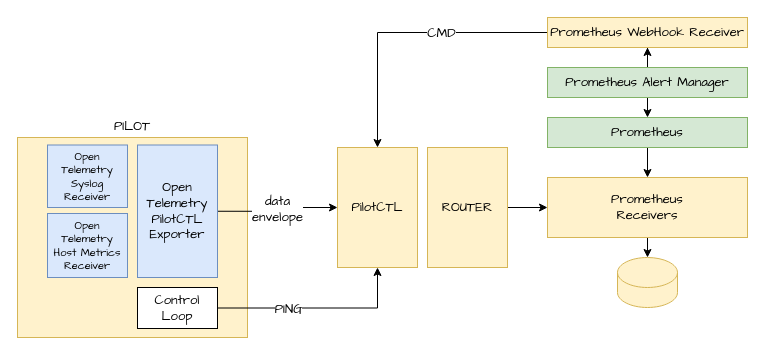
Earlier version of the draw.io diagram telemetry/docs/ot.drawio (gatblau/onix). Source tidied: cells renumbered, new cells numbered last; positions are measured from the earlier drawing's top-left corner, leaving out a move shared by most shapes. Both pictures are drawn from the tidied source at 100%, with x=0, y=0 at pixel (17, 17).
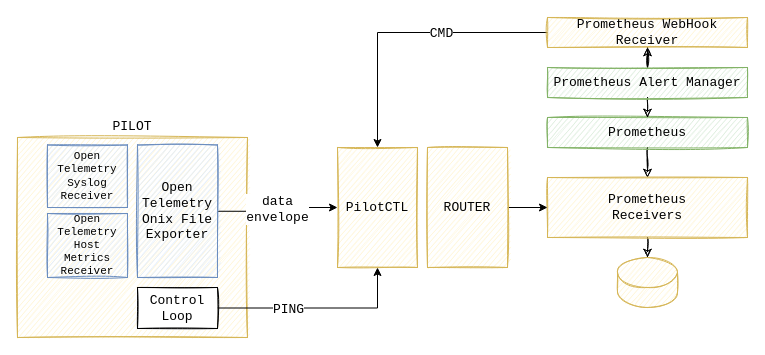
After the change.

What changed in the source:
```diff
@@
-    <mxCell id="2" value="PILOT" style="rounded=0;whiteSpace=wrap;html=1;fontFamily=Comic Sans MS;fontSize=13;labelPosition=center;verticalLabelPosition=top;align=center;verticalAlign=bottom;fillColor=#fff2cc;strokeColor=#d6b656;" parent="1" vertex="1">
+    <mxCell id="2" value="PILOT" style="rounded=0;whiteSpace=wrap;html=1;fontFamily=Courier New;fontSize=13;labelPosition=center;verticalLabelPosition=top;align=center;verticalAlign=bottom;fillColor=#fff2cc;strokeColor=#d6b656;sketch=1;" parent="1" vertex="1">
       <mxGeometry y="120" width="230" height="200" as="geometry" />
     </mxCell>
-    <mxCell id="3" value="PilotCTL" style="rounded=0;whiteSpace=wrap;html=1;fontFamily=Comic Sans MS;fontSize=13;fillColor=#fff2cc;strokeColor=#d6b656;" parent="1" vertex="1">
+    <mxCell id="3" value="PilotCTL" style="rounded=0;whiteSpace=wrap;html=1;fontFamily=Courier New;fontSize=13;fillColor=#fff2cc;strokeColor=#d6b656;sketch=1;" parent="1" vertex="1">
       <mxGeometry x="320" y="130" width="80" height="120" as="geometry" />
     </mxCell>
-    <mxCell id="4" value="Open&lt;br style=&quot;font-size: 11px;&quot;&gt;Telemetry&lt;br style=&quot;font-size: 11px;&quot;&gt;Syslog&lt;br style=&quot;font-size: 11px;&quot;&gt;Receiver" style="rounded=0;whiteSpace=wrap;html=1;fontFamily=Comic Sans MS;fontSize=11;fillColor=#dae8fc;strokeColor=#6c8ebf;" parent="1" vertex="1">
+    <mxCell id="4" value="Open&lt;br style=&quot;font-size: 11px;&quot;&gt;Telemetry&lt;br style=&quot;font-size: 11px;&quot;&gt;Syslog&lt;br style=&quot;font-size: 11px;&quot;&gt;Receiver" style="rounded=0;whiteSpace=wrap;html=1;fontFamily=Courier New;fontSize=11;fillColor=#dae8fc;strokeColor=#6c8ebf;sketch=1;" parent="1" vertex="1">
       <mxGeometry x="30" y="127.5" width="80" height="62.5" as="geometry" />
     </mxCell>
-    <mxCell id="5" style="edgeStyle=orthogonalEdgeStyle;rounded=0;jettySize=auto;html=1;exitX=1;exitY=0.5;exitDx=0;exitDy=0;entryX=0;entryY=0.5;entryDx=0;entryDy=0;fontFamily=Comic Sans MS;fontSize=13;" parent="1" edge="1" source="7" target="3">
+    <mxCell id="5" style="edgeStyle=orthogonalEdgeStyle;rounded=0;jettySize=auto;html=1;exitX=1;exitY=0.5;exitDx=0;exitDy=0;entryX=0;entryY=0.5;entryDx=0;entryDy=0;fontFamily=Courier New;fontSize=13;" parent="1" edge="1" source="7" target="3">
       <mxGeometry relative="1" as="geometry" />
     </mxCell>
-    <mxCell id="6" value="data&lt;br&gt;envelope" style="edgeLabel;html=1;align=center;verticalAlign=middle;fontFamily=Comic Sans MS;fontSize=13;" parent="5" vertex="1">
+    <mxCell id="6" value="data&lt;br&gt;envelope" style="edgeLabel;html=1;align=center;verticalAlign=middle;fontFamily=Courier New;fontSize=13;" parent="5" vertex="1">
       <mxGeometry y="1" relative="1" as="geometry" />
     </mxCell>
-    <mxCell id="7" value="Open&lt;br&gt;Telemetry&lt;br&gt;PilotCTL&lt;br style=&quot;font-size: 13px;&quot;&gt;Exporter" style="rounded=0;whiteSpace=wrap;html=1;fontFamily=Comic Sans MS;fontSize=13;fillColor=#dae8fc;strokeColor=#6c8ebf;" parent="1" vertex="1">
+    <mxCell id="7" value="Open&lt;br&gt;Telemetry&lt;br&gt;Onix File&lt;br style=&quot;font-size: 13px&quot;&gt;Exporter" style="rounded=0;whiteSpace=wrap;html=1;fontFamily=Courier New;fontSize=13;fillColor=#dae8fc;strokeColor=#6c8ebf;sketch=1;" parent="1" vertex="1">
       <mxGeometry x="120" y="127.5" width="80" height="132.5" as="geometry" />
     </mxCell>
-    <mxCell id="8" style="edgeStyle=orthogonalEdgeStyle;rounded=0;jettySize=auto;html=1;exitX=0.5;exitY=1;exitDx=0;exitDy=0;fontFamily=Comic Sans MS;fontSize=13;" parent="1" edge="1" source="9" target="11">
+    <mxCell id="8" style="edgeStyle=orthogonalEdgeStyle;rounded=0;jettySize=auto;html=1;exitX=0.5;exitY=1;exitDx=0;exitDy=0;fontFamily=Courier New;fontSize=13;sketch=1;" parent="1" edge="1" source="9" target="11">
       <mxGeometry relative="1" as="geometry" />
     </mxCell>
-    <mxCell id="9" value="Prometheus" style="rounded=0;whiteSpace=wrap;html=1;fontFamily=Comic Sans MS;fontSize=13;fillColor=#d5e8d4;strokeColor=#82b366;" parent="1" vertex="1">
+    <mxCell id="9" value="Prometheus" style="rounded=0;whiteSpace=wrap;html=1;fontFamily=Courier New;fontSize=13;fillColor=#d5e8d4;strokeColor=#82b366;sketch=1;" parent="1" vertex="1">
       <mxGeometry x="530" y="100" width="200" height="30" as="geometry" />
     </mxCell>
-    <mxCell id="10" style="edgeStyle=orthogonalEdgeStyle;rounded=0;jettySize=auto;html=1;exitX=0.5;exitY=1;exitDx=0;exitDy=0;entryX=0.5;entryY=0;entryDx=0;entryDy=0;entryPerimeter=0;fontFamily=Comic Sans MS;fontSize=13;" parent="1" edge="1" source="11" target="18">
+    <mxCell id="10" style="edgeStyle=orthogonalEdgeStyle;rounded=0;jettySize=auto;html=1;exitX=0.5;exitY=1;exitDx=0;exitDy=0;entryX=0.5;entryY=0;entryDx=0;entryDy=0;entryPerimeter=0;fontFamily=Courier New;fontSize=13;sketch=1;" parent="1" edge="1" source="11" target="18">
       <mxGeometry relative="1" as="geometry" />
     </mxCell>
-    <mxCell id="11" value="Prometheus&lt;br style=&quot;font-size: 13px;&quot;&gt;Receivers" style="rounded=0;whiteSpace=wrap;html=1;fontFamily=Comic Sans MS;fontSize=13;fillColor=#fff2cc;strokeColor=#d6b656;" parent="1" vertex="1">
+    <mxCell id="11" value="Prometheus&lt;br style=&quot;font-size: 13px;&quot;&gt;Receivers" style="rounded=0;whiteSpace=wrap;html=1;fontFamily=Courier New;fontSize=13;fillColor=#fff2cc;strokeColor=#d6b656;sketch=1;" parent="1" vertex="1">
       <mxGeometry x="530" y="160" width="200" height="60" as="geometry" />
     </mxCell>
-    <mxCell id="12" value="Open Telemetry&lt;br&gt;Host Metrics&lt;br style=&quot;font-size: 11px;&quot;&gt;Receiver" style="rounded=0;whiteSpace=wrap;html=1;fontFamily=Comic Sans MS;fontSize=11;fillColor=#dae8fc;strokeColor=#6c8ebf;" parent="1" vertex="1">
+    <mxCell id="12" value="Open Telemetry&lt;br&gt;Host Metrics&lt;br style=&quot;font-size: 11px;&quot;&gt;Receiver" style="rounded=0;whiteSpace=wrap;html=1;fontFamily=Courier New;fontSize=11;fillColor=#dae8fc;strokeColor=#6c8ebf;sketch=1;" parent="1" vertex="1">
       <mxGeometry x="30" y="196" width="80" height="64" as="geometry" />
     </mxCell>
-    <mxCell id="13" style="edgeStyle=orthogonalEdgeStyle;rounded=0;jettySize=auto;html=1;exitX=1;exitY=0.5;exitDx=0;exitDy=0;entryX=0;entryY=0.5;entryDx=0;entryDy=0;fontFamily=Comic Sans MS;fontSize=13;" parent="1" edge="1" source="14" target="11">
+    <mxCell id="13" style="edgeStyle=orthogonalEdgeStyle;rounded=0;jettySize=auto;html=1;exitX=1;exitY=0.5;exitDx=0;exitDy=0;entryX=0;entryY=0.5;entryDx=0;entryDy=0;fontFamily=Courier New;fontSize=13;" parent="1" edge="1" source="14" target="11">
       <mxGeometry relative="1" as="geometry" />
     </mxCell>
-    <mxCell id="14" value="ROUTER" style="rounded=0;whiteSpace=wrap;html=1;fontFamily=Comic Sans MS;fontSize=13;fillColor=#fff2cc;strokeColor=#d6b656;" parent="1" vertex="1">
+    <mxCell id="14" value="ROUTER" style="rounded=0;whiteSpace=wrap;html=1;fontFamily=Courier New;fontSize=13;fillColor=#fff2cc;strokeColor=#d6b656;sketch=1;" parent="1" vertex="1">
       <mxGeometry x="410" y="130" width="80" height="120" as="geometry" />
     </mxCell>
-    <mxCell id="15" style="edgeStyle=orthogonalEdgeStyle;rounded=0;jettySize=auto;html=1;exitX=1;exitY=0.5;exitDx=0;exitDy=0;entryX=0.5;entryY=1;entryDx=0;entryDy=0;fontFamily=Comic Sans MS;fontSize=13;" parent="1" edge="1" source="17" target="3">
+    <mxCell id="15" style="edgeStyle=orthogonalEdgeStyle;rounded=0;jettySize=auto;html=1;exitX=1;exitY=0.5;exitDx=0;exitDy=0;entryX=0.5;entryY=1;entryDx=0;entryDy=0;fontFamily=Courier New;fontSize=13;" parent="1" edge="1" source="17" target="3">
       <mxGeometry relative="1" as="geometry" />
     </mxCell>
-    <mxCell id="16" value="PING" style="edgeLabel;html=1;align=center;verticalAlign=middle;fontFamily=Comic Sans MS;fontSize=13;" parent="15" vertex="1">
+    <mxCell id="16" value="PING" style="edgeLabel;html=1;align=center;verticalAlign=middle;fontFamily=Courier New;fontSize=13;" parent="15" vertex="1">
       <mxGeometry x="-0.3" y="-1" relative="1" as="geometry" />
     </mxCell>
-    <mxCell id="17" value="Control Loop" style="rounded=0;whiteSpace=wrap;html=1;fontFamily=Comic Sans MS;fontSize=13;" parent="1" vertex="1">
+    <mxCell id="17" value="Control Loop" style="rounded=0;whiteSpace=wrap;html=1;fontFamily=Courier New;fontSize=13;sketch=1;" parent="1" vertex="1">
       <mxGeometry x="120" y="270" width="80" height="41" as="geometry" />
     </mxCell>
-    <mxCell id="18" style="shape=cylinder3;whiteSpace=wrap;html=1;boundedLbl=1;backgroundOutline=1;size=15;fontFamily=Comic Sans MS;fontSize=13;fillColor=#fff2cc;strokeColor=#d6b656;" parent="1" vertex="1">
+    <mxCell id="18" style="shape=cylinder3;whiteSpace=wrap;html=1;boundedLbl=1;backgroundOutline=1;size=15;fontFamily=Courier New;fontSize=13;fillColor=#fff2cc;strokeColor=#d6b656;sketch=1;" parent="1" vertex="1">
       <mxGeometry x="600" y="240" width="60" height="50" as="geometry" />
     </mxCell>
-    <mxCell id="19" style="edgeStyle=orthogonalEdgeStyle;rounded=0;jettySize=auto;html=1;exitX=0.5;exitY=1;exitDx=0;exitDy=0;entryX=0.5;entryY=0;entryDx=0;entryDy=0;fontFamily=Comic Sans MS;fontSize=13;" parent="1" edge="1" source="21" target="9">
+    <mxCell id="19" style="edgeStyle=orthogonalEdgeStyle;rounded=0;jettySize=auto;html=1;exitX=0.5;exitY=1;exitDx=0;exitDy=0;entryX=0.5;entryY=0;entryDx=0;entryDy=0;fontFamily=Courier New;fontSize=13;sketch=1;" parent="1" edge="1" source="21" target="9">
       <mxGeometry relative="1" as="geometry" />
     </mxCell>
-    <mxCell id="20" style="edgeStyle=orthogonalEdgeStyle;rounded=0;jettySize=auto;html=1;exitX=0.5;exitY=0;exitDx=0;exitDy=0;fontFamily=Comic Sans MS;fontSize=13;" parent="1" edge="1" source="21" target="24">
+    <mxCell id="20" style="edgeStyle=orthogonalEdgeStyle;rounded=0;jettySize=auto;html=1;exitX=0.5;exitY=0;exitDx=0;exitDy=0;fontFamily=Courier New;fontSize=13;sketch=1;" parent="1" edge="1" source="21" target="24">
       <mxGeometry relative="1" as="geometry" />
     </mxCell>
-    <mxCell id="21" value="Prometheus Alert Manager" style="rounded=0;whiteSpace=wrap;html=1;fontFamily=Comic Sans MS;fontSize=13;fillColor=#d5e8d4;strokeColor=#82b366;" parent="1" vertex="1">
+    <mxCell id="21" value="Prometheus Alert Manager" style="rounded=0;whiteSpace=wrap;html=1;fontFamily=Courier New;fontSize=13;fillColor=#d5e8d4;strokeColor=#82b366;sketch=1;" parent="1" vertex="1">
       <mxGeometry x="530" y="50" width="200" height="30" as="geometry" />
     </mxCell>
-    <mxCell id="22" style="edgeStyle=orthogonalEdgeStyle;rounded=0;jettySize=auto;html=1;exitX=0;exitY=0.5;exitDx=0;exitDy=0;entryX=0.5;entryY=0;entryDx=0;entryDy=0;fontFamily=Comic Sans MS;fontSize=13;" parent="1" edge="1" source="24" target="3">
+    <mxCell id="22" style="edgeStyle=orthogonalEdgeStyle;rounded=0;jettySize=auto;html=1;exitX=0;exitY=0.5;exitDx=0;exitDy=0;entryX=0.5;entryY=0;entryDx=0;entryDy=0;fontFamily=Courier New;fontSize=13;" parent="1" edge="1" source="24" target="3">
       <mxGeometry relative="1" as="geometry" />
     </mxCell>
-    <mxCell id="23" value="CMD" style="edgeLabel;html=1;align=center;verticalAlign=middle;fontFamily=Comic Sans MS;fontSize=13;" parent="22" vertex="1">
+    <mxCell id="23" value="CMD" style="edgeLabel;html=1;align=center;verticalAlign=middle;fontFamily=Courier New;fontSize=13;" parent="22" vertex="1">
       <mxGeometry x="-0.25" relative="1" as="geometry" />
     </mxCell>
-    <mxCell id="24" value="Prometheus WebHook Receiver" style="rounded=0;whiteSpace=wrap;html=1;fontFamily=Comic Sans MS;fontSize=13;fillColor=#fff2cc;strokeColor=#d6b656;" parent="1" vertex="1">
+    <mxCell id="24" value="Prometheus WebHook Receiver" style="rounded=0;whiteSpace=wrap;html=1;fontFamily=Courier New;fontSize=13;fillColor=#fff2cc;strokeColor=#d6b656;sketch=1;" parent="1" vertex="1">
       <mxGeometry x="530" width="200" height="30" as="geometry" />
     </mxCell>
```
